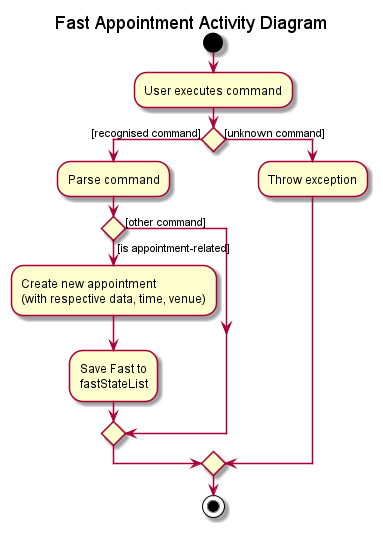
Before: docs/images/AppointmentActivityDiagram.png, a diagram exported from PlantUML (nus-cs2103-AY2122S1/tp). Its diagram source:
```plantuml
@startuml
start
title Fast Appointment Activity Diagram

:User executes command;


if () then ([recognised command])
    :Parse command;
    if () then ([is appointment-related])
    :Create new appointment
    (with respective data, time, venue);
    :Save Fast to
    fastStateList;
    else ([other command])
    endif
else ([unknown command])
  -Throw exception
endif
stop
@enduml
```
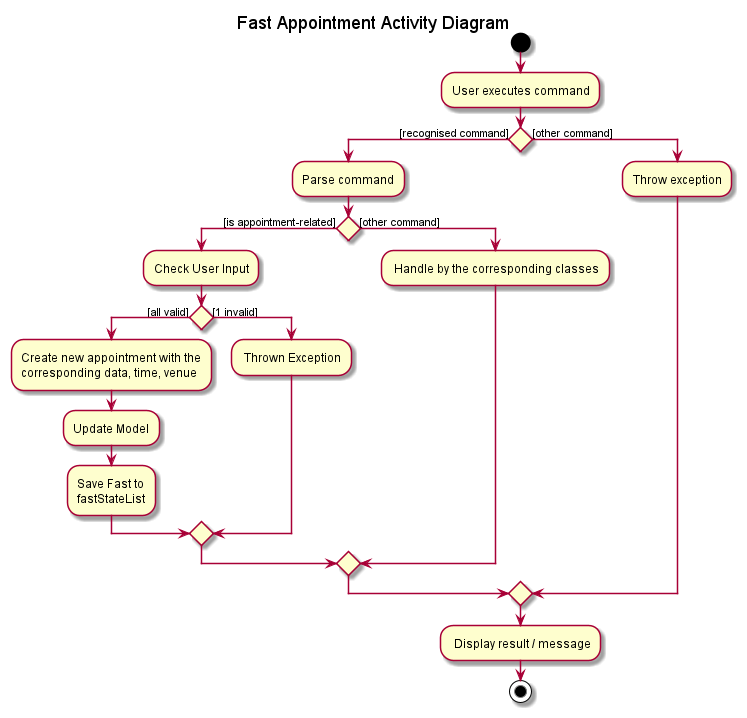
The same file after the commit.

What changed in the source:
```diff
@@ -8,14 +8,22 @@
 if () then ([recognised command])
     :Parse command;
     if () then ([is appointment-related])
-    :Create new appointment
-    (with respective data, time, venue);
-    :Save Fast to
-    fastStateList;
-    else ([other command])
-    endif
-else ([unknown command])
+            :Check User Input;
+            if () then ([all valid])
+            :Create new appointment with the
+            corresponding data, time, venue;
+            :Update Model;
+            :Save Fast to
+            fastStateList;
+            else ([1 invalid])
+            - Thrown Exception
+            endif
+        else ([other command])
+        - Handle by the corresponding classes
+        endif
+else ([other command])
   -Throw exception
 endif
+- Display result / message
 stop
 @enduml
```
